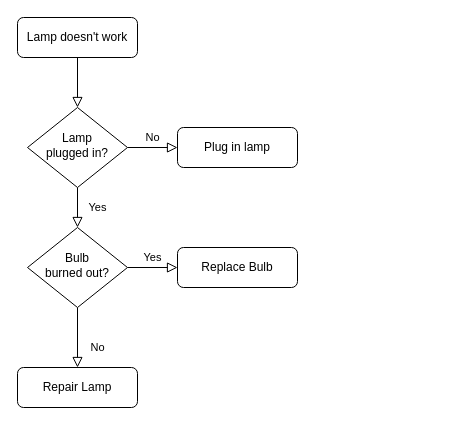
Above: Diagramme sans nom.drawio in alpern95/Home-Security-Project (draw.io), before the change. Source tidied: cells renumbered, new cells numbered last; positions are measured from the earlier drawing's top-left corner, leaving out a move shared by most shapes. Both pictures are drawn from the tidied source at 100%, with x=0, y=0 at pixel (17, 17).
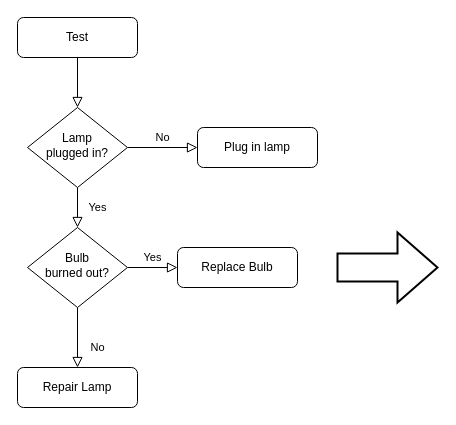
The same page after the edit.

What changed in the source:
```diff
@@
 <mxGraphModel>
   <root>
     <mxCell id="0" />
     <mxCell id="1" parent="0" />
     <mxCell id="2" style="rounded=0;html=1;jettySize=auto;fontSize=11;endArrow=block;endFill=0;endSize=8;strokeWidth=1;shadow=0;labelBackgroundColor=none;edgeStyle=orthogonalEdgeStyle;" parent="1" edge="1" source="3" target="6">
       <mxGeometry relative="1" as="geometry" />
     </mxCell>
-    <mxCell id="3" value="Lamp doesn't work" style="rounded=1;whiteSpace=wrap;html=1;fontSize=12;glass=0;strokeWidth=1;shadow=0;" parent="1" vertex="1">
+    <mxCell id="3" value="Test" style="rounded=1;whiteSpace=wrap;html=1;fontSize=12;glass=0;strokeWidth=1;shadow=0;" parent="1" vertex="1">
       <mxGeometry width="120" height="40" as="geometry" />
     </mxCell>
     <mxCell id="4" value="Yes" style="rounded=0;html=1;jettySize=auto;fontSize=11;endArrow=block;endFill=0;endSize=8;strokeWidth=1;shadow=0;labelBackgroundColor=none;edgeStyle=orthogonalEdgeStyle;" parent="1" edge="1" source="6" target="10">
       <mxGeometry y="20" relative="1" as="geometry" />
     </mxCell>
     <mxCell id="5" value="No" style="edgeStyle=orthogonalEdgeStyle;rounded=0;html=1;jettySize=auto;fontSize=11;endArrow=block;endFill=0;endSize=8;strokeWidth=1;shadow=0;labelBackgroundColor=none;" parent="1" edge="1" source="6" target="7">
       <mxGeometry y="10" relative="1" as="geometry" />
     </mxCell>
     <mxCell id="6" value="Lamp&lt;br&gt;plugged in?" style="rhombus;whiteSpace=wrap;html=1;shadow=0;fontFamily=Helvetica;fontSize=12;align=center;strokeWidth=1;spacing=6;spacingTop=-4;" parent="1" vertex="1">
       <mxGeometry x="10" y="90" width="100" height="80" as="geometry" />
     </mxCell>
     <mxCell id="7" value="Plug in lamp" style="rounded=1;whiteSpace=wrap;html=1;fontSize=12;glass=0;strokeWidth=1;shadow=0;" parent="1" vertex="1">
-      <mxGeometry x="160" y="110" width="120" height="40" as="geometry" />
+      <mxGeometry x="180" y="110" width="120" height="40" as="geometry" />
     </mxCell>
     <mxCell id="8" value="No" style="rounded=0;html=1;jettySize=auto;fontSize=11;endArrow=block;endFill=0;endSize=8;strokeWidth=1;shadow=0;labelBackgroundColor=none;edgeStyle=orthogonalEdgeStyle;" parent="1" edge="1" source="10" target="11">
       <mxGeometry x="0.33" y="20" relative="1" as="geometry" />
     </mxCell>
     <mxCell id="9" value="Yes" style="edgeStyle=orthogonalEdgeStyle;rounded=0;html=1;jettySize=auto;fontSize=11;endArrow=block;endFill=0;endSize=8;strokeWidth=1;shadow=0;labelBackgroundColor=none;" parent="1" edge="1" source="10" target="12">
       <mxGeometry y="10" relative="1" as="geometry" />
     </mxCell>
     <mxCell id="10" value="Bulb&lt;br&gt;burned out?" style="rhombus;whiteSpace=wrap;html=1;shadow=0;fontFamily=Helvetica;fontSize=12;align=center;strokeWidth=1;spacing=6;spacingTop=-4;" parent="1" vertex="1">
       <mxGeometry x="10" y="210" width="100" height="80" as="geometry" />
     </mxCell>
     <mxCell id="11" value="Repair Lamp" style="rounded=1;whiteSpace=wrap;html=1;fontSize=12;glass=0;strokeWidth=1;shadow=0;" parent="1" vertex="1">
       <mxGeometry y="350" width="120" height="40" as="geometry" />
     </mxCell>
     <mxCell id="12" value="Replace Bulb" style="rounded=1;whiteSpace=wrap;html=1;fontSize=12;glass=0;strokeWidth=1;shadow=0;" parent="1" vertex="1">
       <mxGeometry x="160" y="230" width="120" height="40" as="geometry" />
     </mxCell>
+    <mxCell id="13" style="verticalLabelPosition=bottom;verticalAlign=top;html=1;strokeWidth=2;shape=mxgraph.arrows2.arrow;dy=0.6;dx=40;notch=0;" parent="1" vertex="1">
+      <mxGeometry x="320" y="215" width="100" height="70" as="geometry" />
+    </mxCell>
   </root>
 </mxGraphModel>
```
